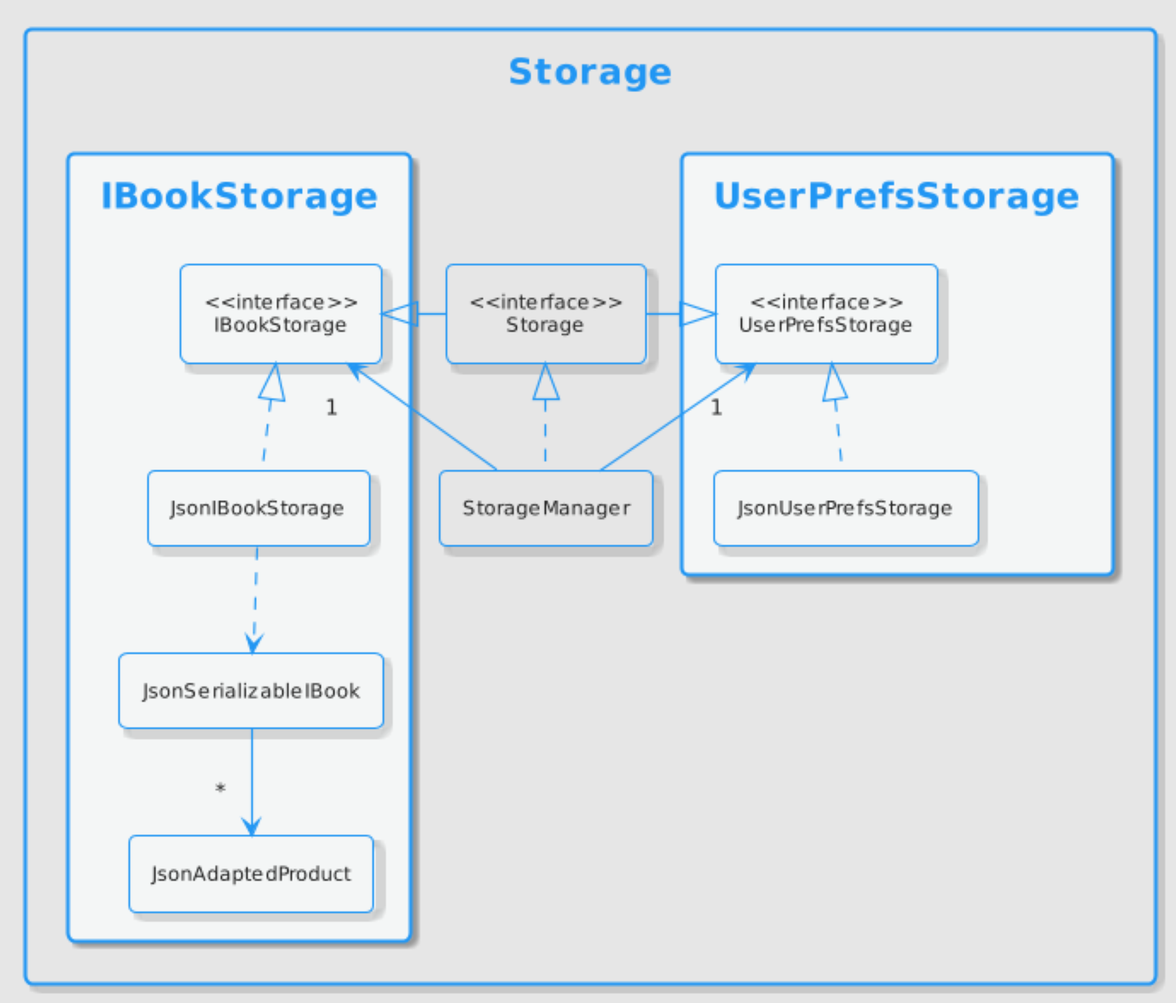
Before: docs/images/StorageClassDiagram.png, a diagram exported from PlantUML (nus-cs2103-AY2122S2/tp). Its source is kept beside it as docs/diagrams/StorageClassDiagram.puml. The source it was exported from:
```plantuml
@startuml
!include style.puml
!theme materia-outline
skinparam arrowThickness 1.1

package Storage{

package "UserPrefsStorage" #F4F6F6{
Class "<<interface>>\nUserPrefsStorage" as UserPrefsStorage
Class JsonUserPrefsStorage
}

Class "<<interface>>\nStorage" as Storage
Class StorageManager

package "IBookStorage" #F4F6F6{
Class "<<interface>>\nIBookStorage" as IBookStorage
Class JsonIBookStorage
Class JsonSerializableIBook
Class JsonAdaptedProduct
}

}

StorageManager .up.|> Storage
StorageManager -up-> "1" UserPrefsStorage
StorageManager -up-> "1" IBookStorage

Storage -left-|> UserPrefsStorage
Storage -right-|> IBookStorage

JsonUserPrefsStorage .up.|> UserPrefsStorage
JsonIBookStorage .up.|> IBookStorage
JsonIBookStorage ..> JsonSerializableIBook
JsonSerializableIBook --> "*" JsonAdaptedProduct

@enduml
```
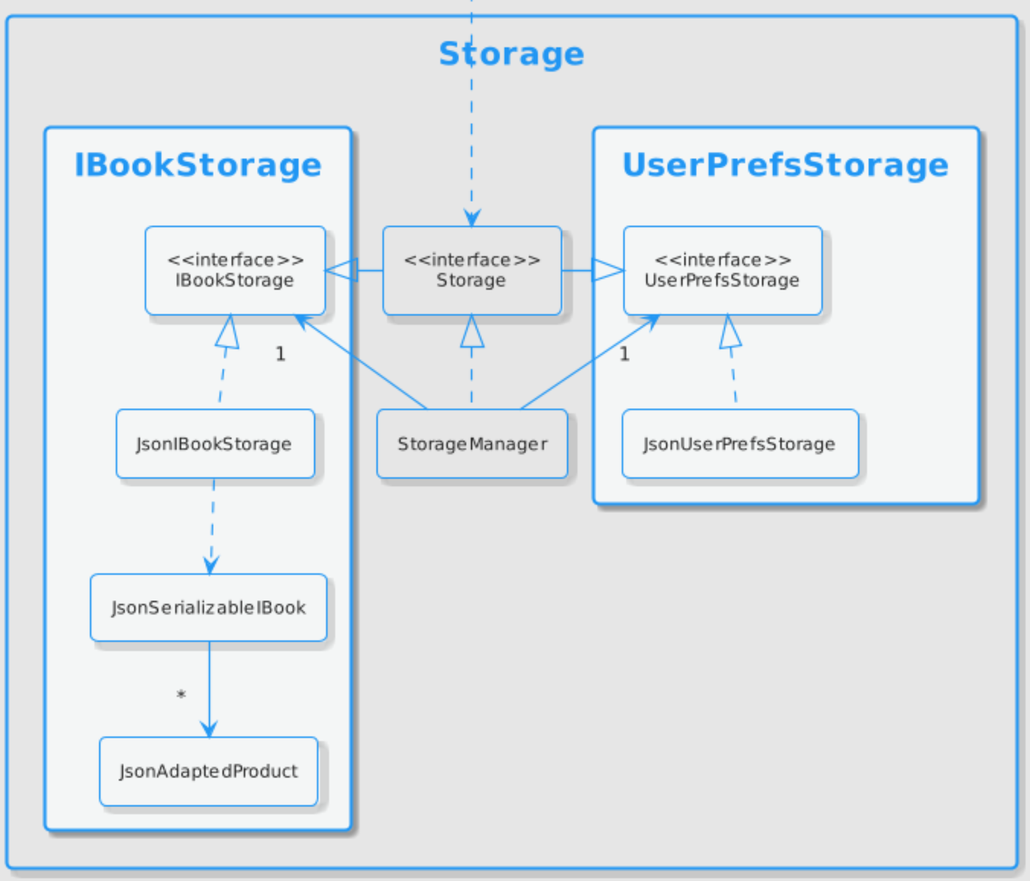
After the commit.

Commit message:
Update Storage class diagram

The edit, as a diff of the source:
```diff
@@ -22,6 +22,9 @@
 
 }
 
+Class HiddenOutside<<Hidden>>
+HiddenOutside ..> Storage
+
 StorageManager .up.|> Storage
 StorageManager -up-> "1" UserPrefsStorage
 StorageManager -up-> "1" IBookStorage
```
